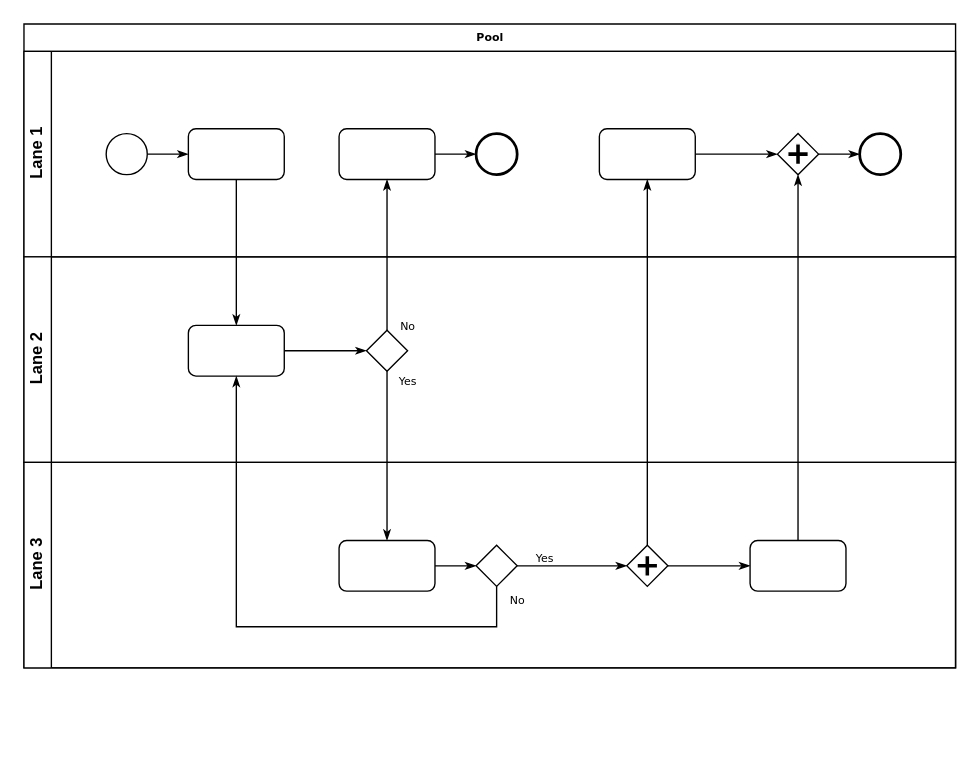
The draw.io diagram iek web-services process.drawio in Aendrous/diagrams, before the edit. Source tidied: cells renumbered, new cells numbered last; positions are measured from the earlier drawing's top-left corner, leaving out a move shared by most shapes. Both pictures are drawn from the tidied source at 137%, with x=0, y=0 at pixel (23, 23).
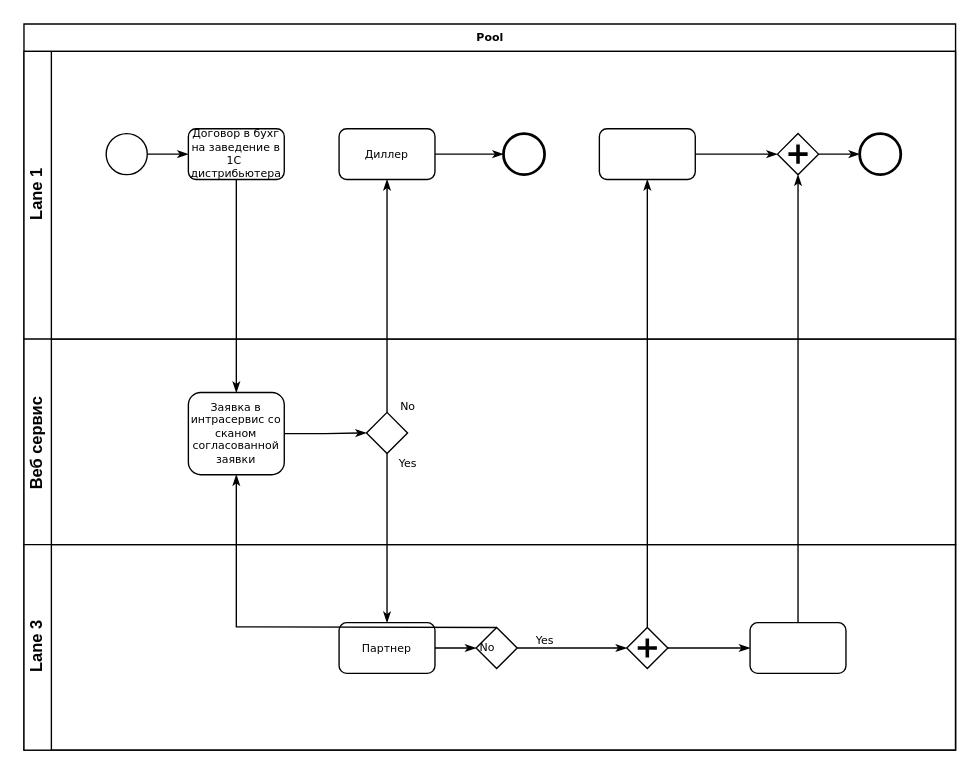
After the change.

What changed in the source:
```diff
@@
     <mxCell id="2" value="Pool" style="swimlane;html=1;horizontal=1;startSize=20;rounded=0;shadow=0;labelBackgroundColor=none;strokeWidth=1;fontFamily=Verdana;fontSize=8;align=center;" parent="1" vertex="1">
-      <mxGeometry width="680" height="470" as="geometry" />
+      <mxGeometry width="680" height="530" as="geometry" />
     </mxCell>
     <mxCell id="3" value="Lane 1" style="swimlane;html=1;startSize=20;horizontal=0;" parent="2" vertex="1">
-      <mxGeometry y="20" width="680" height="150" as="geometry" />
+      <mxGeometry y="20" width="680" height="210" as="geometry" />
     </mxCell>
@@
-    <mxCell id="6" style="rounded=1;whiteSpace=wrap;html=1;shadow=0;labelBackgroundColor=none;strokeWidth=1;fontFamily=Verdana;fontSize=8;align=center;" parent="3" vertex="1">
+    <mxCell id="6" value="Договор&amp;nbsp;в бухг на заведение в 1С&amp;nbsp; дистрибьютера" style="rounded=1;whiteSpace=wrap;html=1;shadow=0;labelBackgroundColor=none;strokeWidth=1;fontFamily=Verdana;fontSize=8;align=center;" parent="3" vertex="1">
       <mxGeometry x="120" y="56.5" width="70" height="37" as="geometry" />
     </mxCell>
@@
-    <mxCell id="8" style="rounded=1;whiteSpace=wrap;html=1;shadow=0;labelBackgroundColor=none;strokeWidth=1;fontFamily=Verdana;fontSize=8;align=center;" parent="3" vertex="1">
+    <mxCell id="8" value="Диллер" style="rounded=1;whiteSpace=wrap;html=1;shadow=0;labelBackgroundColor=none;strokeWidth=1;fontFamily=Verdana;fontSize=8;align=center;" parent="3" vertex="1">
       <mxGeometry x="230" y="56.5" width="70" height="37" as="geometry" />
     </mxCell>
     <mxCell id="9" style="ellipse;whiteSpace=wrap;html=1;rounded=0;shadow=0;labelBackgroundColor=none;strokeWidth=2;fontFamily=Verdana;fontSize=8;align=center;" parent="3" vertex="1">
-      <mxGeometry x="330" y="60" width="30" height="30" as="geometry" />
+      <mxGeometry x="350" y="60" width="30" height="30" as="geometry" />
     </mxCell>
@@
-    <mxCell id="15" value="Lane 2" style="swimlane;html=1;startSize=20;horizontal=0;" parent="2" vertex="1">
-      <mxGeometry y="170" width="680" height="150" as="geometry" />
+    <mxCell id="15" value="Веб сервис&amp;nbsp;" style="swimlane;html=1;startSize=20;horizontal=0;" parent="2" vertex="1">
+      <mxGeometry y="230" width="680" height="150" as="geometry" />
     </mxCell>
@@
-    <mxCell id="17" style="rounded=1;whiteSpace=wrap;html=1;shadow=0;labelBackgroundColor=none;strokeWidth=1;fontFamily=Verdana;fontSize=8;align=center;" parent="15" vertex="1">
-      <mxGeometry x="120" y="50" width="70" height="37" as="geometry" />
+    <mxCell id="17" value="Заявка в интрасервис со сканом согласованной заявки" style="rounded=1;whiteSpace=wrap;html=1;shadow=0;labelBackgroundColor=none;strokeWidth=1;fontFamily=Verdana;fontSize=8;align=center;" parent="15" vertex="1">
+      <mxGeometry x="120" y="39" width="70" height="60" as="geometry" />
     </mxCell>
@@
     <mxCell id="19" value="Lane 3" style="swimlane;html=1;startSize=20;horizontal=0;" parent="2" vertex="1">
-      <mxGeometry y="320" width="680" height="150" as="geometry" />
+      <mxGeometry y="380" width="680" height="150" as="geometry" />
     </mxCell>
@@
-    <mxCell id="21" style="rounded=1;whiteSpace=wrap;html=1;shadow=0;labelBackgroundColor=none;strokeWidth=1;fontFamily=Verdana;fontSize=8;align=center;" parent="19" vertex="1">
+    <mxCell id="21" value="Партнер" style="rounded=1;whiteSpace=wrap;html=1;shadow=0;labelBackgroundColor=none;strokeWidth=1;fontFamily=Verdana;fontSize=8;align=center;" parent="19" vertex="1">
       <mxGeometry x="230" y="57" width="70" height="37" as="geometry" />
     </mxCell>
```
